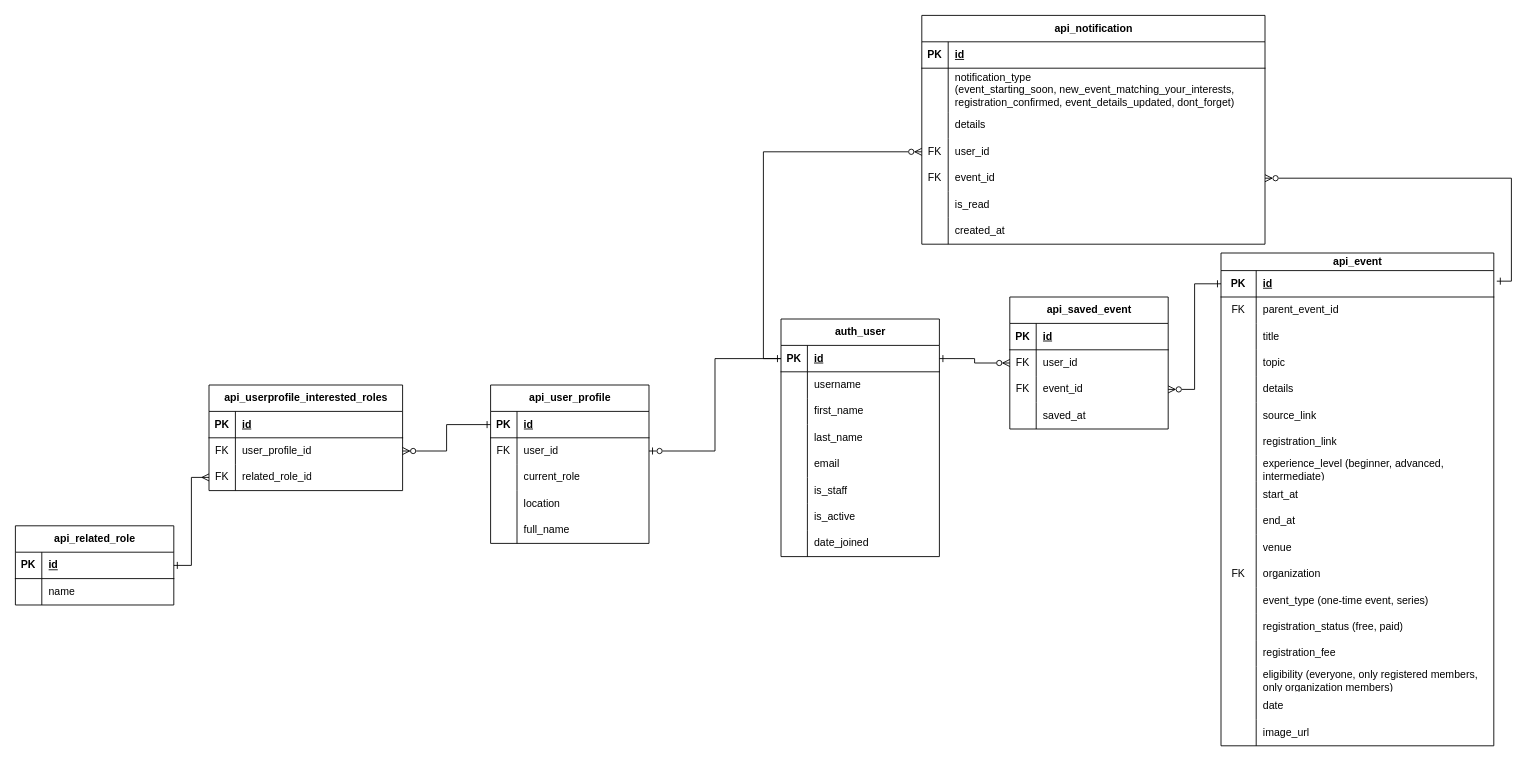
RHILIUS/drawio keeps this draw.io diagram as page "User" (3 of 4) of 2Gether.drawio. Above is the earlier version. Source tidied: cells renumbered, new cells numbered last; positions are measured from the earlier drawing's top-left corner, leaving out a move shared by most shapes. Both pictures are drawn from the tidied source at 88%, with x=0, y=0 at pixel (15, 15).
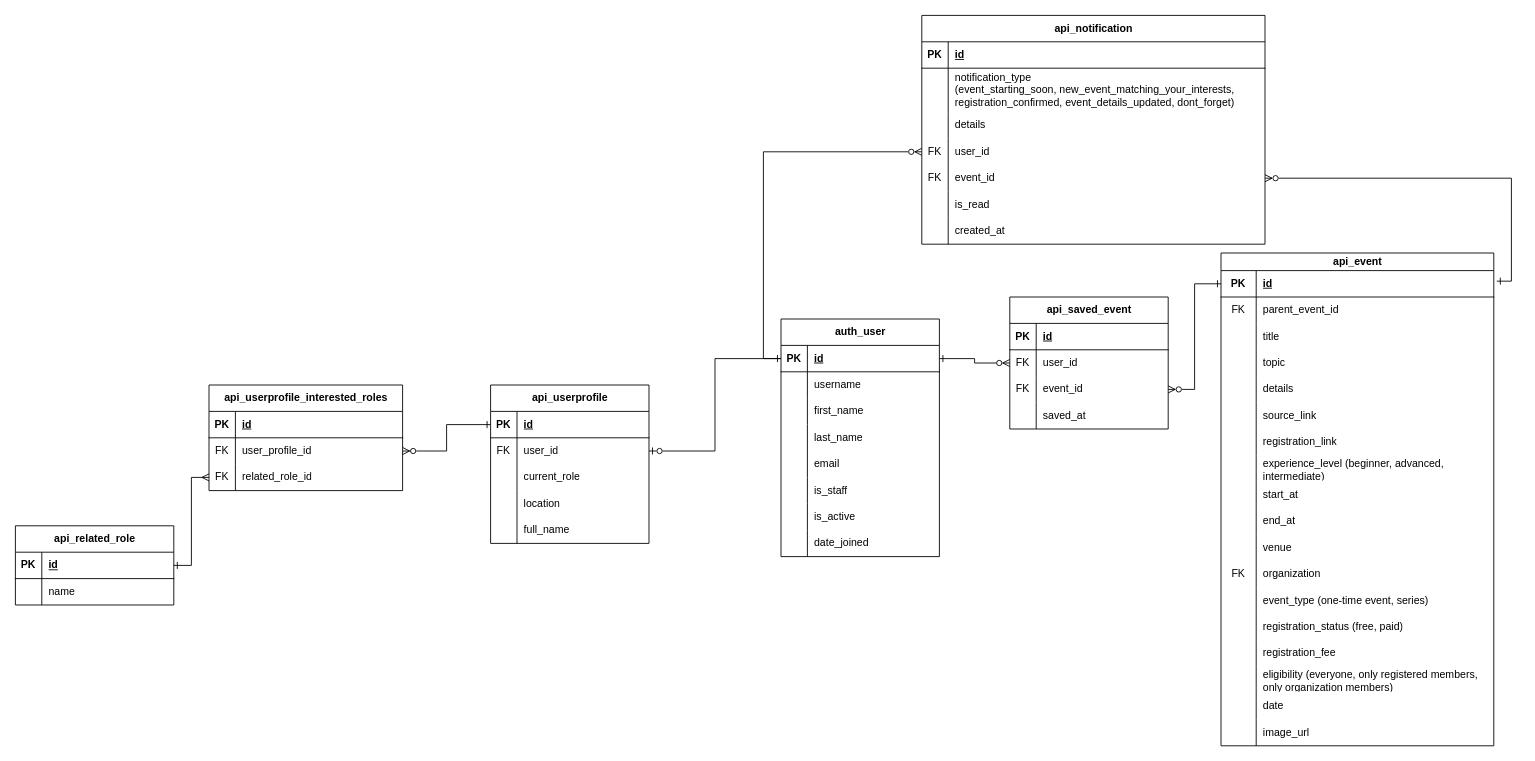
The same page after the edit.

What changed in the source:
```diff
@@
-    <mxCell id="121" value="api_user_profile" style="shape=table;startSize=30;childLayout=tableLayout;rowLines=0;fontStyle=1;align=center;html=1;" parent="1" vertex="1">
+    <mxCell id="121" value="api_userprofile" style="shape=table;startSize=30;childLayout=tableLayout;rowLines=0;fontStyle=1;align=center;html=1;" parent="1" vertex="1">
       <mxGeometry x="540" y="420" width="180" height="180" as="geometry" />
     </mxCell>
```
